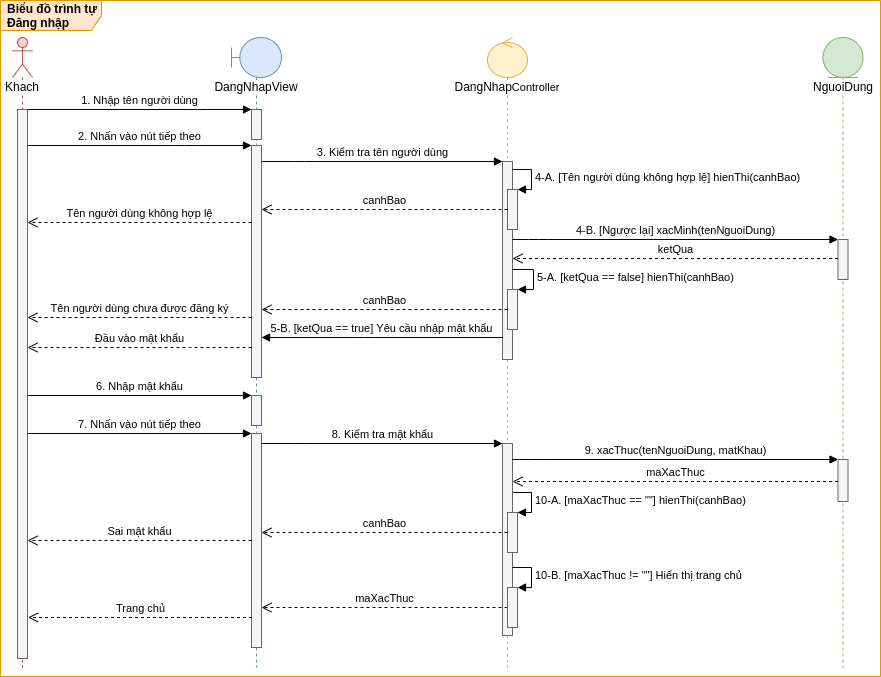
This is images/Sequence Diagram/Login.png from luclegen/medicine16, a draw.io export, as it was before one commit. Source tidied: cells renumbered, new cells last; positions are measured from the earlier drawing's top-left corner, leaving out a move shared by most shapes.
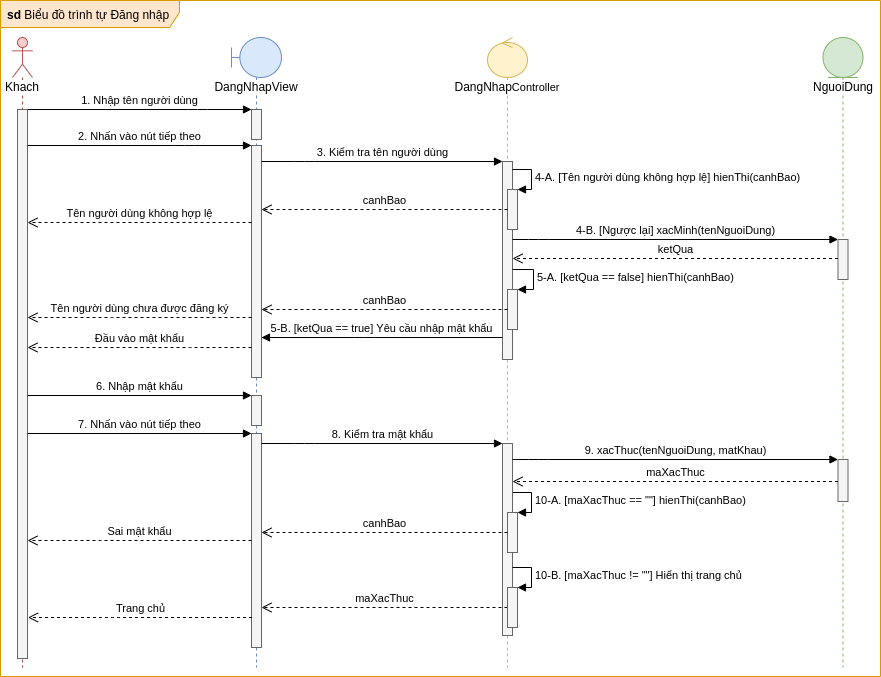
Above is the later version.

What changed in the source:
```diff
@@ -2,9 +2,9 @@
   <root>
     <mxCell id="0" />
     <mxCell id="1" parent="0" />
-    <mxCell id="2" value="&lt;b&gt;Biểu đồ trình tự Đăng nhập&lt;/b&gt;" style="shape=umlFrame;whiteSpace=wrap;html=1;width=101;height=30;boundedLbl=1;verticalAlign=middle;align=left;spacingLeft=5;fillColor=#ffe6cc;strokeColor=#d79b00;swimlaneFillColor=#FFFFFF;" parent="1" vertex="1">
-      <mxGeometry width="880" height="676" as="geometry" />
-    </mxCell>
+    <mxCell id="44" value="&lt;b&gt;sd &lt;/b&gt;Biểu đồ trình tự Đăng nhập" style="shape=umlFrame;whiteSpace=wrap;html=1;width=179;height=27;boundedLbl=1;verticalAlign=middle;align=left;spacingLeft=5;fillColor=#ffe6cc;strokeColor=#d79b00;swimlaneFillColor=#FFFFFF;" parent="1" vertex="1">
+      <mxGeometry width="880" height="676" as="geometry" />
+    </mxCell>
     <mxCell id="3" value="&lt;span style=&quot;background-color: rgb(255 , 255 , 255)&quot;&gt;DangNhap&lt;span style=&quot;font-size: 11px&quot;&gt;Controller&lt;/span&gt;&lt;/span&gt;" style="shape=umlLifeline;participant=umlControl;perimeter=lifelinePerimeter;whiteSpace=wrap;html=1;verticalAlign=top;spacingTop=36;fillColor=#fff2cc;strokeColor=#d6b656;" parent="1" vertex="1">
       <mxGeometry x="487" y="37" width="40" height="630" as="geometry" />
     </mxCell>
```
